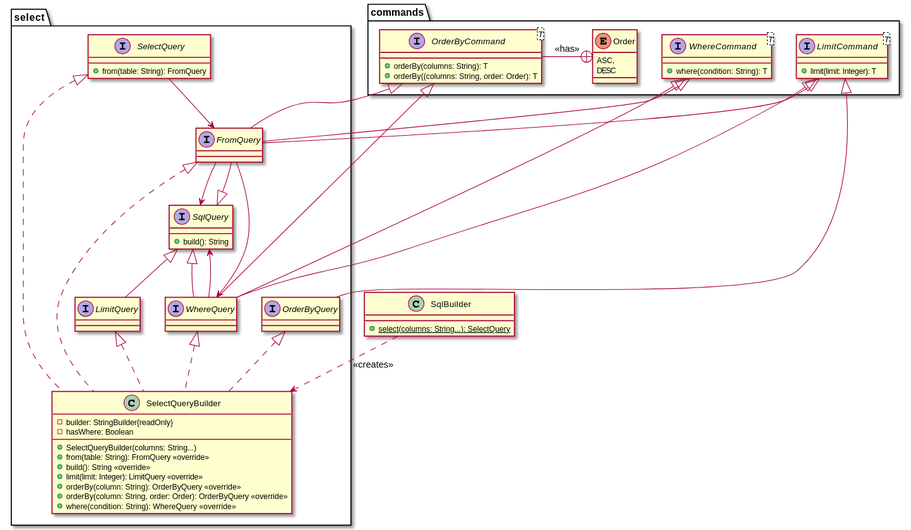
This is uml/class.svg from RedSkyi/SqlBuilder, a PlantUML export, as it was before one commit.
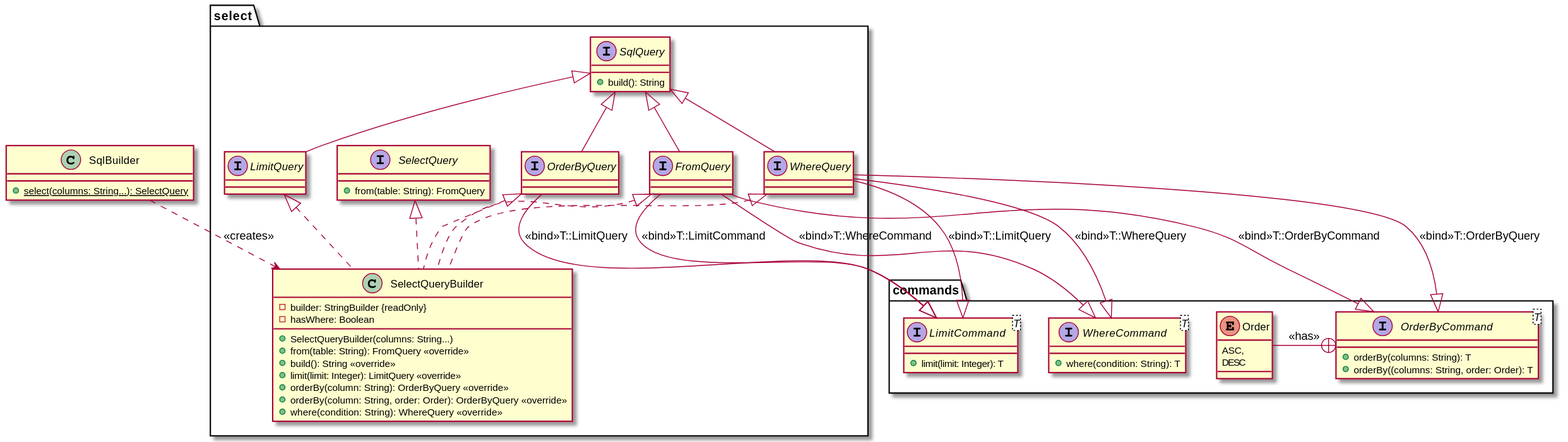
Above is the later version.

The edit, as a diff of the source:
```diff
@@ -16,7 +16,7 @@
         +orderBy(columns: String): T
         +orderBy((columns: String, order: Order): T
     }
-    OrderByCommand -+ Order : <<has>>
+    Order -+ OrderByCommand : <<has>>
 
     enum Order {
         ASC,
@@ -25,15 +25,8 @@
 }
 
 package select {
-    interface FromQuery extends WhereCommand, OrderByCommand, LimitCommand, SqlQuery
-    interface LimitQuery extends SqlQuery
-    interface OrderByQuery extends LimitCommand
-    interface SelectQuery {
-        +from(table: String): FromQuery
-    }
-
     class SelectQueryBuilder implements SelectQuery, FromQuery, LimitQuery, OrderByQuery, WhereQuery {
-        -builder: StringBuilder{readOnly}
+        -builder: StringBuilder {readOnly}
         -hasWhere: Boolean
         +SelectQueryBuilder(columns: String...)
         +from(table: String): FromQuery <<override>>
@@ -44,9 +37,26 @@
         +where(condition: String): WhereQuery <<override>>
     }
 
-    interface WhereQuery extends WhereCommand, OrderByCommand, LimitCommand, SqlQuery
+    interface SelectQuery {
+        +from(table: String): FromQuery
+    }
 
+    interface FromQuery extends SqlQuery
+    FromQuery --|> WhereCommand : <<bind>>T::WhereCommand
+    FromQuery --|> OrderByCommand : <<bind>>T::OrderByCommand
+    FromQuery --|> LimitCommand : <<bind>>T::LimitCommand
+
+    interface WhereQuery extends SqlQuery
+    WhereQuery --|> WhereCommand : <<bind>>T::WhereQuery
+    WhereQuery --|> OrderByCommand : <<bind>>T::OrderByQuery
+    WhereQuery --|> LimitCommand : <<bind>>T::LimitQuery
+
+    interface OrderByQuery extends SqlQuery
+    OrderByQuery --|> LimitCommand : <<bind>>T::LimitQuery
+
+    interface LimitQuery extends SqlQuery
 }
+
 interface SqlQuery {
     +build(): String
 }
@@ -55,14 +65,6 @@
     {static}+select(columns: String...): SelectQuery
 }
 
-
 SqlBuilder ..> SelectQueryBuilder: <<creates>>
 
-
-
-WhereQuery --> SqlQuery
-FromQuery --> SqlQuery
-FromQuery --> WhereQuery
-SelectQuery --> FromQuery
-
 @enduml
```
